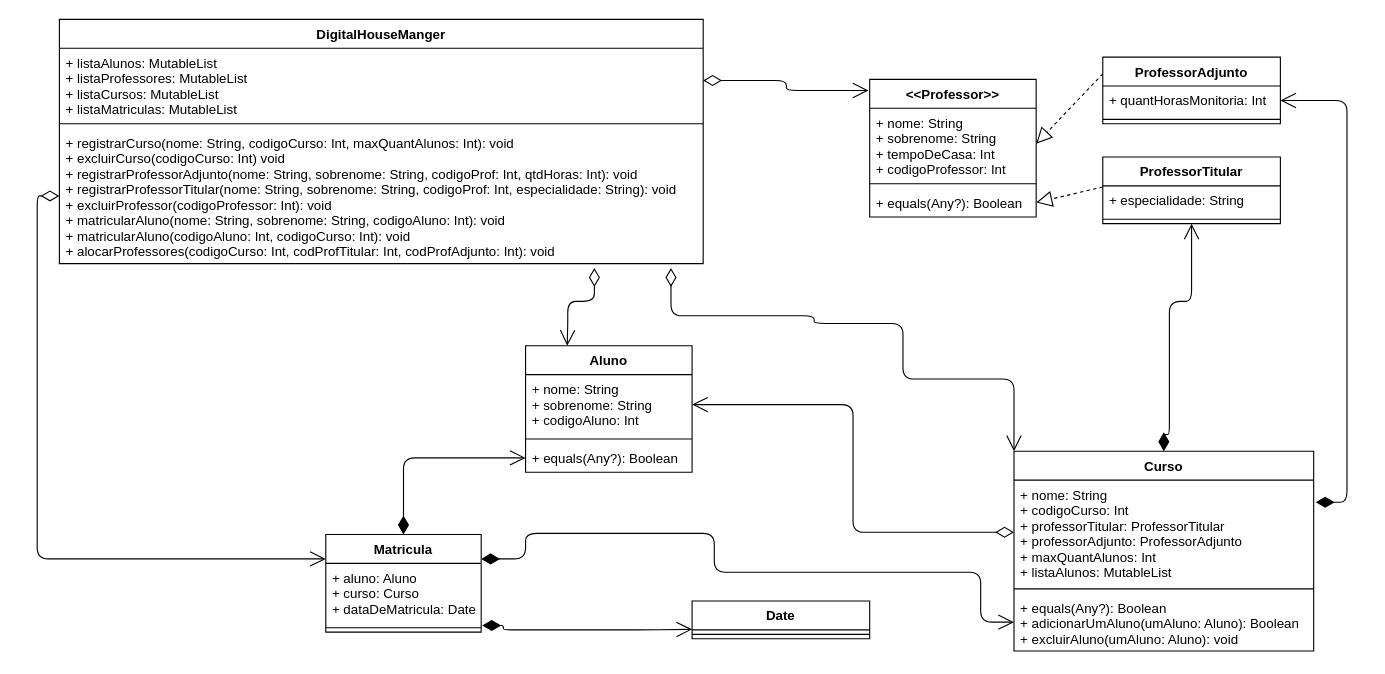
Earlier version of the draw.io diagram UML-Desafio.drawio (GustavoSantos25/DesafioM-duloKotlin). Source tidied: cells renumbered, new cells numbered last; positions are measured from the earlier drawing's top-left corner, leaving out a move shared by most shapes. Both pictures are drawn from the tidied source at 111%, with x=0, y=0 at pixel (37, 19).
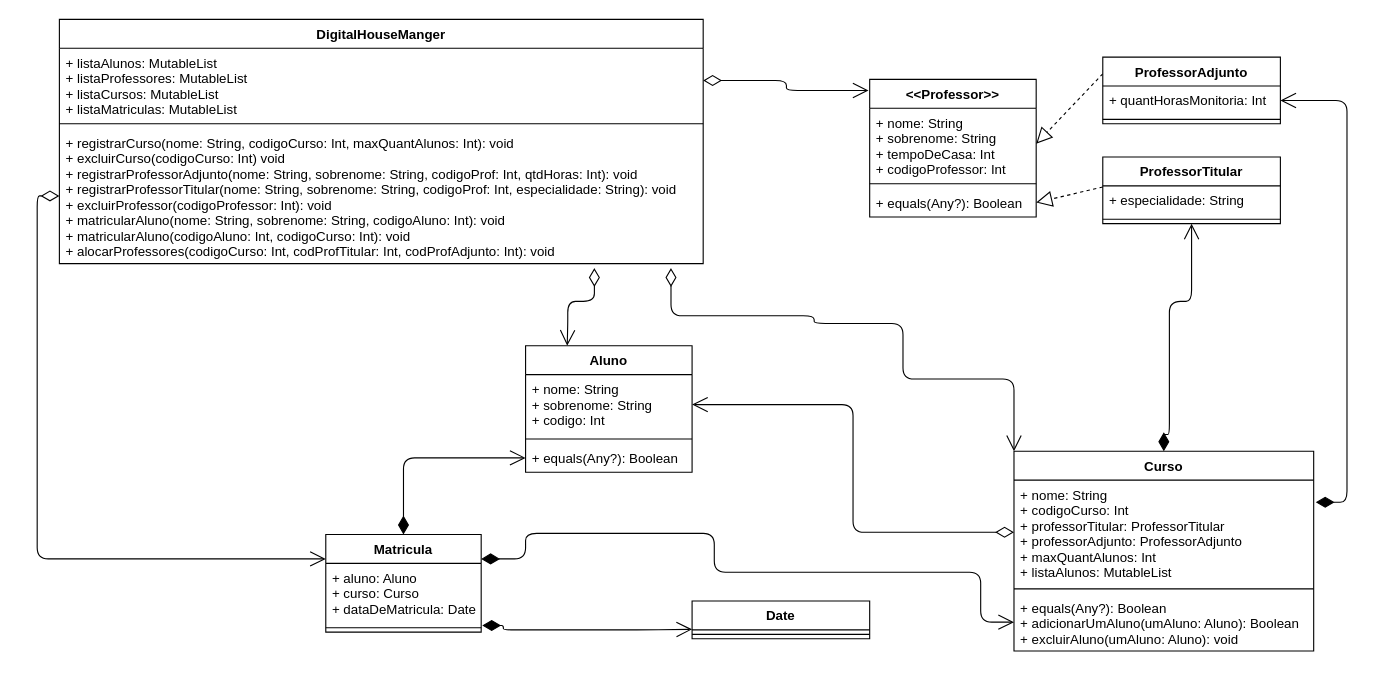
After the change.

The change refers to these unchanged cells:
```xml
<mxCell id="26" value="Aluno" style="swimlane;fontStyle=1;align=center;verticalAlign=top;horizontal=1;startSize=26;" parent="1" vertex="1">
  <mxGeometry x="440" y="294" width="150" height="114" as="geometry" />
</mxCell>
```

Diff of the diagram source:
```diff
@@
-    <mxCell id="27" value="+ nome: String&#10;+ sobrenome: String&#10;+ codigoAluno: Int" style="text;strokeColor=none;fillColor=none;align=left;verticalAlign=top;spacingLeft=4;spacingRight=4;overflow=hidden;points=[[0,0.5],[1,0.5]];portConstraint=eastwest;" parent="26" vertex="1">
+    <mxCell id="27" value="+ nome: String&#10;+ sobrenome: String&#10;+ codigo: Int" style="text;strokeColor=none;fillColor=none;align=left;verticalAlign=top;spacingLeft=4;spacingRight=4;overflow=hidden;points=[[0,0.5],[1,0.5]];portConstraint=eastwest;" parent="26" vertex="1">
       <mxGeometry y="26" width="150" height="54" as="geometry" />
     </mxCell>
```
